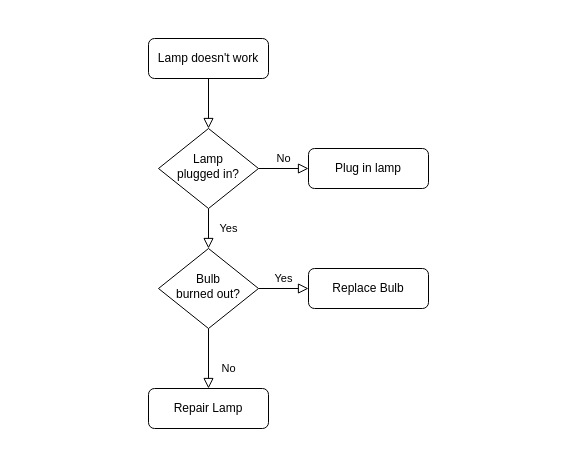
Earlier version of the draw.io diagram 放盗刷流程图.drawio (tkzc0552/design-chat). Source tidied: cells renumbered, new cells numbered last; positions are measured from the earlier drawing's top-left corner, leaving out a move shared by most shapes. Both pictures are drawn from the tidied source at 100%, with x=0, y=0 at pixel (148, 38).
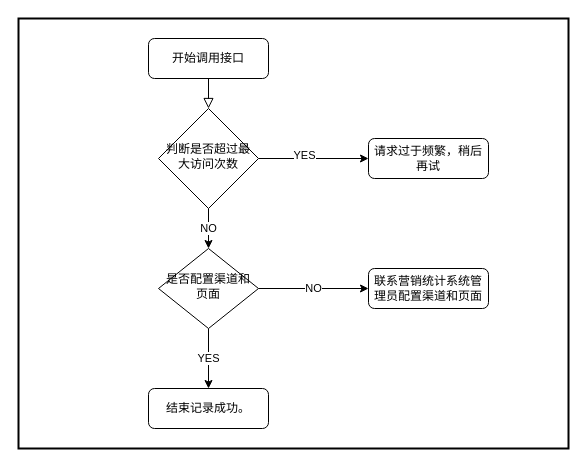
The same diagram, later.

Commit message:
更新放盗刷流程图.drawio

Change to the diagram source:
```diff
@@
 <mxGraphModel>
   <root>
     <mxCell id="0" />
     <mxCell id="1" parent="0" />
+    <mxCell id="13" style="rounded=1;whiteSpace=wrap;html=1;absoluteArcSize=1;arcSize=0;strokeWidth=2;" parent="1" vertex="1">
+      <mxGeometry x="-130" y="-20" width="550" height="430" as="geometry" />
+    </mxCell>
     <mxCell id="2" style="rounded=0;html=1;jettySize=auto;fontSize=11;endArrow=block;endFill=0;endSize=8;strokeWidth=1;shadow=0;labelBackgroundColor=none;edgeStyle=orthogonalEdgeStyle;" parent="1" edge="1" source="3" target="6">
       <mxGeometry relative="1" as="geometry" />
     </mxCell>
-    <mxCell id="3" value="Lamp doesn't work" style="rounded=1;whiteSpace=wrap;html=1;fontSize=12;glass=0;strokeWidth=1;shadow=0;" parent="1" vertex="1">
+    <mxCell id="3" value="开始调用接口" style="rounded=1;whiteSpace=wrap;html=1;fontSize=12;glass=0;strokeWidth=1;shadow=0;" parent="1" vertex="1">
       <mxGeometry width="120" height="40" as="geometry" />
     </mxCell>
-    <mxCell id="4" value="Yes" style="rounded=0;html=1;jettySize=auto;fontSize=11;endArrow=block;endFill=0;endSize=8;strokeWidth=1;shadow=0;labelBackgroundColor=none;edgeStyle=orthogonalEdgeStyle;" parent="1" edge="1" source="6" target="10">
-      <mxGeometry y="20" relative="1" as="geometry" />
+    <mxCell id="4" value="NO" style="edgeStyle=orthogonalEdgeStyle;rounded=0;jettySize=auto;html=1;exitX=0.5;exitY=1;exitDx=0;exitDy=0;" parent="1" edge="1" source="6" target="10">
+      <mxGeometry relative="1" as="geometry" />
     </mxCell>
-    <mxCell id="5" value="No" style="edgeStyle=orthogonalEdgeStyle;rounded=0;html=1;jettySize=auto;fontSize=11;endArrow=block;endFill=0;endSize=8;strokeWidth=1;shadow=0;labelBackgroundColor=none;" parent="1" edge="1" source="6" target="7">
-      <mxGeometry y="10" relative="1" as="geometry" />
+    <mxCell id="5" style="edgeStyle=orthogonalEdgeStyle;rounded=0;jettySize=auto;html=1;exitX=1;exitY=0.5;exitDx=0;exitDy=0;entryX=0;entryY=0.5;entryDx=0;entryDy=0;" parent="1" edge="1" source="6" target="7">
+      <mxGeometry relative="1" as="geometry" />
     </mxCell>
+    <mxCell id="14" value="YES" style="edgeLabel;html=1;align=center;verticalAlign=middle;" parent="5" vertex="1">
+      <mxGeometry x="-0.19" y="4" relative="1" as="geometry" />
+    </mxCell>
-    <mxCell id="6" value="Lamp&lt;br&gt;plugged in?" style="rhombus;whiteSpace=wrap;html=1;shadow=0;fontFamily=Helvetica;fontSize=12;align=center;strokeWidth=1;spacing=6;spacingTop=-4;" parent="1" vertex="1">
-      <mxGeometry x="10" y="90" width="100" height="80" as="geometry" />
+    <mxCell id="6" value="判断是否超过最大访问次数" style="rhombus;whiteSpace=wrap;html=1;shadow=0;fontFamily=Helvetica;fontSize=12;align=center;strokeWidth=1;spacing=6;spacingTop=-4;" parent="1" vertex="1">
+      <mxGeometry x="10" y="70" width="100" height="100" as="geometry" />
     </mxCell>
-    <mxCell id="7" value="Plug in lamp" style="rounded=1;whiteSpace=wrap;html=1;fontSize=12;glass=0;strokeWidth=1;shadow=0;" parent="1" vertex="1">
-      <mxGeometry x="160" y="110" width="120" height="40" as="geometry" />
+    <mxCell id="7" value="请求过于频繁，稍后再试" style="rounded=1;whiteSpace=wrap;html=1;fontSize=12;glass=0;strokeWidth=1;shadow=0;" parent="1" vertex="1">
+      <mxGeometry x="220" y="100" width="120" height="40" as="geometry" />
     </mxCell>
-    <mxCell id="8" value="No" style="rounded=0;html=1;jettySize=auto;fontSize=11;endArrow=block;endFill=0;endSize=8;strokeWidth=1;shadow=0;labelBackgroundColor=none;edgeStyle=orthogonalEdgeStyle;" parent="1" edge="1" source="10" target="11">
-      <mxGeometry x="0.33" y="20" relative="1" as="geometry" />
+    <mxCell id="8" value="YES" style="edgeStyle=orthogonalEdgeStyle;rounded=0;jettySize=auto;html=1;exitX=0.5;exitY=1;exitDx=0;exitDy=0;entryX=0.5;entryY=0;entryDx=0;entryDy=0;" parent="1" edge="1" source="10" target="11">
+      <mxGeometry relative="1" as="geometry" />
     </mxCell>
-    <mxCell id="9" value="Yes" style="edgeStyle=orthogonalEdgeStyle;rounded=0;html=1;jettySize=auto;fontSize=11;endArrow=block;endFill=0;endSize=8;strokeWidth=1;shadow=0;labelBackgroundColor=none;" parent="1" edge="1" source="10" target="12">
-      <mxGeometry y="10" relative="1" as="geometry" />
+    <mxCell id="9" value="NO" style="edgeStyle=orthogonalEdgeStyle;rounded=0;jettySize=auto;html=1;exitX=1;exitY=0.5;exitDx=0;exitDy=0;entryX=0;entryY=0.5;entryDx=0;entryDy=0;" parent="1" edge="1" source="10" target="12">
+      <mxGeometry relative="1" as="geometry" />
     </mxCell>
-    <mxCell id="10" value="Bulb&lt;br&gt;burned out?" style="rhombus;whiteSpace=wrap;html=1;shadow=0;fontFamily=Helvetica;fontSize=12;align=center;strokeWidth=1;spacing=6;spacingTop=-4;" parent="1" vertex="1">
+    <mxCell id="10" value="是否配置渠道和页面" style="rhombus;whiteSpace=wrap;html=1;shadow=0;fontFamily=Helvetica;fontSize=12;align=center;strokeWidth=1;spacing=6;spacingTop=-4;" parent="1" vertex="1">
       <mxGeometry x="10" y="210" width="100" height="80" as="geometry" />
     </mxCell>
-    <mxCell id="11" value="Repair Lamp" style="rounded=1;whiteSpace=wrap;html=1;fontSize=12;glass=0;strokeWidth=1;shadow=0;" parent="1" vertex="1">
+    <mxCell id="11" value="结束记录成功。" style="rounded=1;whiteSpace=wrap;html=1;fontSize=12;glass=0;strokeWidth=1;shadow=0;" parent="1" vertex="1">
       <mxGeometry y="350" width="120" height="40" as="geometry" />
     </mxCell>
-    <mxCell id="12" value="Replace Bulb" style="rounded=1;whiteSpace=wrap;html=1;fontSize=12;glass=0;strokeWidth=1;shadow=0;" parent="1" vertex="1">
-      <mxGeometry x="160" y="230" width="120" height="40" as="geometry" />
+    <mxCell id="12" value="联系营销统计系统管理员配置渠道和页面" style="rounded=1;whiteSpace=wrap;html=1;fontSize=12;glass=0;strokeWidth=1;shadow=0;" parent="1" vertex="1">
+      <mxGeometry x="220" y="230" width="120" height="40" as="geometry" />
     </mxCell>
   </root>
 </mxGraphModel>
```
